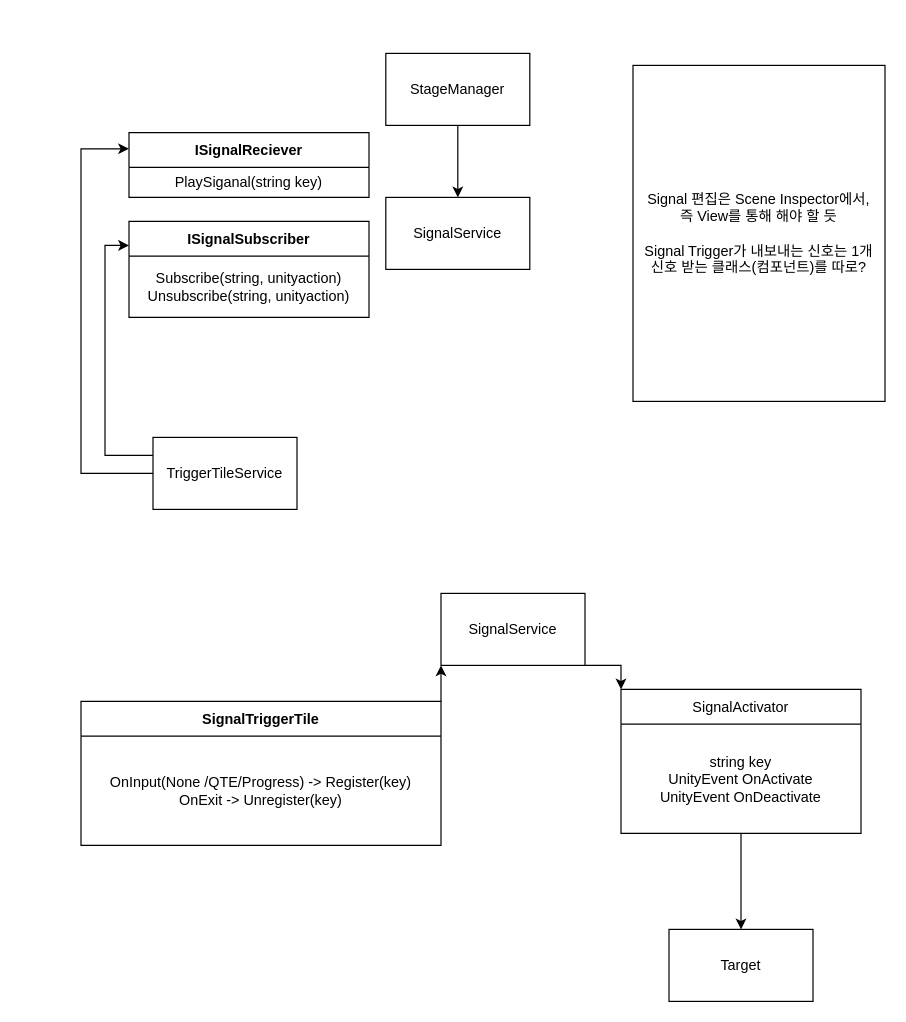
The draw.io diagram page "SignalTrigger" (17 of 19) of Diagram.drawio in ClapJeong/LRGame, before the edit. Source tidied: cells renumbered, new cells numbered last; positions are measured from the earlier drawing's top-left corner, leaving out a move shared by most shapes. Both pictures are drawn from the tidied source at 120%, with x=0, y=0 at pixel (80, 53).
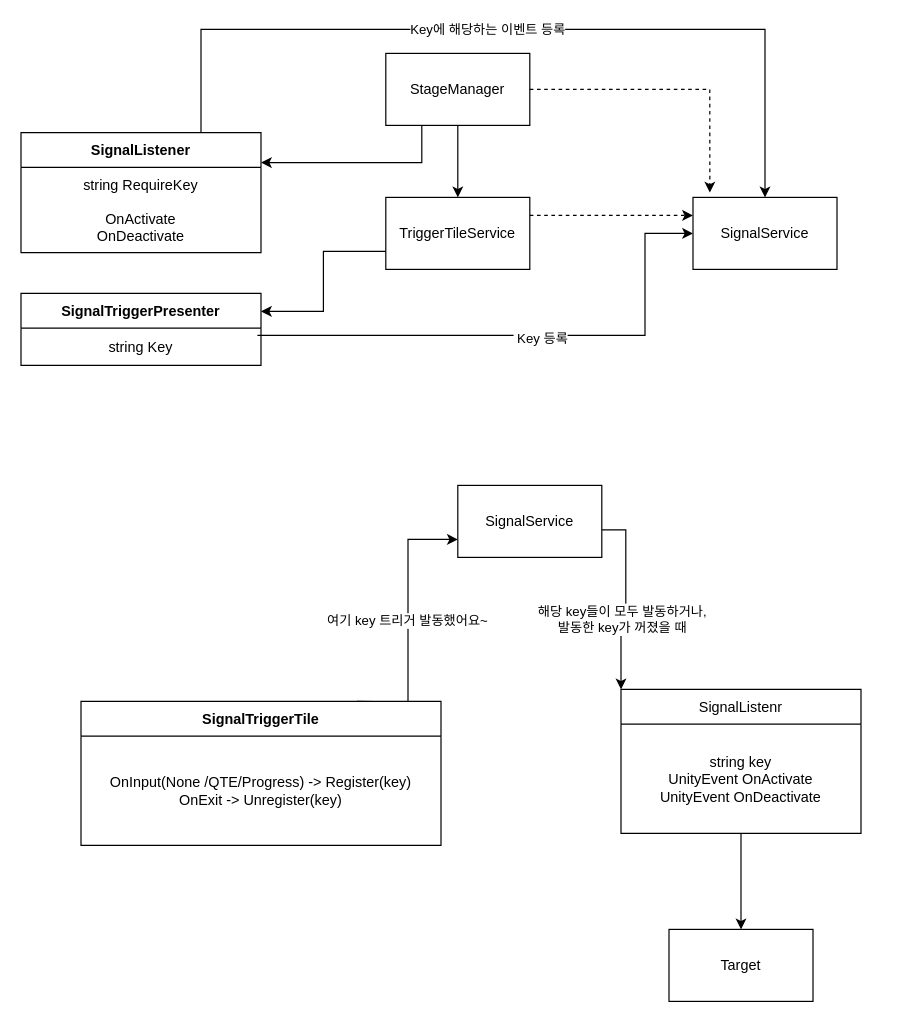
After the change.

Commit message (it also covers changes not shown here):
SignalTrigger 다이어그램 수정, Signal Gizmo 수정

The change refers to these unchanged cells:
```xml
<mxCell id="3" value="StageManager" style="rounded=0;whiteSpace=wrap;html=1;" parent="1" vertex="1">
  <mxGeometry x="254" width="120" height="60" as="geometry" />
</mxCell>
<mxCell id="16" value="SignalTriggerTile" style="swimlane;fontStyle=1;align=center;verticalAlign=middle;horizontal=1;startSize=29;html=1;whiteSpace=wrap;" parent="1" vertex="1">
  <mxGeometry y="540" width="300" height="120" as="geometry" />
</mxCell>
```

What changed in the source:
```diff
@@
+    <mxCell id="22" style="edgeStyle=orthogonalEdgeStyle;rounded=0;jettySize=auto;html=1;exitX=0.25;exitY=1;exitDx=0;exitDy=0;entryX=1;entryY=0.25;entryDx=0;entryDy=0;" parent="1" edge="1" source="3" target="4">
+      <mxGeometry relative="1" as="geometry" />
+    </mxCell>
@@
+    <mxCell id="23" style="edgeStyle=orthogonalEdgeStyle;rounded=0;jettySize=auto;html=1;exitX=0.75;exitY=0;exitDx=0;exitDy=0;entryX=0.5;entryY=0;entryDx=0;entryDy=0;" parent="1" edge="1" source="4" target="31">
+      <mxGeometry relative="1" as="geometry">
+        <Array as="points">
+          <mxPoint x="100" y="-20" />
+          <mxPoint x="570" y="-20" />
+        </Array>
+      </mxGeometry>
+    </mxCell>
+    <mxCell id="24" value="Key에 해당하는 이벤트 등록" style="edgeLabel;html=1;align=center;verticalAlign=middle;" parent="23" vertex="1">
+      <mxGeometry x="-0.07" y="1" relative="1" as="geometry" />
+    </mxCell>
-    <mxCell id="4" value="ISignalReciever" style="swimlane;fontStyle=1;align=center;verticalAlign=middle;horizontal=1;startSize=29;html=1;whiteSpace=wrap;" parent="1" vertex="1">
-      <mxGeometry x="40" y="66" width="200" height="54" as="geometry" />
+    <mxCell id="4" value="SignalListener" style="swimlane;fontStyle=1;align=center;verticalAlign=middle;horizontal=1;startSize=29;html=1;whiteSpace=wrap;" parent="1" vertex="1">
+      <mxGeometry x="-50" y="66" width="200" height="100" as="geometry" />
     </mxCell>
-    <mxCell id="5" value="PlaySiganal(string key)" style="text;html=1;strokeColor=none;fillColor=none;align=center;verticalAlign=middle;spacingLeft=4;spacingRight=4;overflow=hidden;whiteSpace=wrap;" parent="4" vertex="1">
-      <mxGeometry y="29" width="200" height="25" as="geometry" />
+    <mxCell id="5" value="&lt;div&gt;string RequireKey&lt;/div&gt;&lt;div&gt;&lt;br&gt;&lt;/div&gt;OnActivate&lt;div&gt;OnDeactivate&lt;/div&gt;" style="text;html=1;strokeColor=none;fillColor=none;align=center;verticalAlign=middle;spacingLeft=4;spacingRight=4;overflow=hidden;whiteSpace=wrap;" parent="4" vertex="1">
+      <mxGeometry y="29" width="200" height="71" as="geometry" />
     </mxCell>
-    <mxCell id="6" value="ISignalSubscriber" style="swimlane;fontStyle=1;align=center;verticalAlign=middle;horizontal=1;startSize=29;html=1;whiteSpace=wrap;" parent="1" vertex="1">
-      <mxGeometry x="40" y="140" width="200" height="80" as="geometry" />
+    <mxCell id="6" value="SignalTriggerPresenter" style="swimlane;fontStyle=1;align=center;verticalAlign=middle;horizontal=1;startSize=29;html=1;whiteSpace=wrap;" parent="1" vertex="1">
+      <mxGeometry x="-50" y="200" width="200" height="60" as="geometry" />
     </mxCell>
-    <mxCell id="7" value="Subscribe(string, unityaction)&lt;div&gt;Unsubscribe(string, unityaction)&lt;/div&gt;" style="text;html=1;strokeColor=none;fillColor=none;align=center;verticalAlign=middle;spacingLeft=4;spacingRight=4;overflow=hidden;points=[[0,0.5],[1,0.5]];portConstraint=eastwest;whiteSpace=wrap;" parent="6" vertex="1">
-      <mxGeometry y="29" width="200" height="51" as="geometry" />
+    <mxCell id="7" value="string Key" style="text;html=1;strokeColor=none;fillColor=none;align=center;verticalAlign=middle;spacingLeft=4;spacingRight=4;overflow=hidden;points=[[0,0.5],[1,0.5]];portConstraint=eastwest;whiteSpace=wrap;" parent="6" vertex="1">
+      <mxGeometry y="29" width="200" height="31" as="geometry" />
     </mxCell>
+    <mxCell id="25" style="edgeStyle=orthogonalEdgeStyle;rounded=0;jettySize=auto;html=1;exitX=0;exitY=0.75;exitDx=0;exitDy=0;entryX=1;entryY=0.25;entryDx=0;entryDy=0;" parent="1" edge="1" source="8" target="6">
+      <mxGeometry relative="1" as="geometry" />
+    </mxCell>
+    <mxCell id="26" style="edgeStyle=orthogonalEdgeStyle;rounded=0;jettySize=auto;html=1;exitX=0.985;exitY=0.194;exitDx=0;exitDy=0;entryX=0;entryY=0.5;entryDx=0;entryDy=0;exitPerimeter=0;" parent="1" edge="1" source="7" target="31">
+      <mxGeometry relative="1" as="geometry">
+        <Array as="points">
+          <mxPoint x="470" y="235" />
+          <mxPoint x="470" y="150" />
+        </Array>
+      </mxGeometry>
+    </mxCell>
+    <mxCell id="27" value="&amp;nbsp;Key 등록" style="edgeLabel;html=1;align=center;verticalAlign=middle;" parent="26" vertex="1">
+      <mxGeometry x="0.05" y="-2" relative="1" as="geometry" />
+    </mxCell>
+    <mxCell id="28" style="edgeStyle=orthogonalEdgeStyle;rounded=0;jettySize=auto;html=1;exitX=1;exitY=0.25;exitDx=0;exitDy=0;entryX=0;entryY=0.25;entryDx=0;entryDy=0;dashed=1;" parent="1" edge="1" source="8" target="31">
+      <mxGeometry relative="1" as="geometry" />
+    </mxCell>
-    <mxCell id="8" value="SignalService" style="rounded=0;whiteSpace=wrap;html=1;" parent="1" vertex="1">
+    <mxCell id="8" value="TriggerTileService" style="rounded=0;whiteSpace=wrap;html=1;" parent="1" vertex="1">
       <mxGeometry x="254" y="120" width="120" height="60" as="geometry" />
     </mxCell>
-    <mxCell id="9" style="edgeStyle=orthogonalEdgeStyle;rounded=0;jettySize=auto;html=1;exitX=0;exitY=0.5;exitDx=0;exitDy=0;entryX=0;entryY=0.25;entryDx=0;entryDy=0;" parent="1" edge="1" source="11" target="4">
-      <mxGeometry relative="1" as="geometry">
-        <Array as="points">
-          <mxPoint y="350" />
-          <mxPoint y="80" />
-        </Array>
-      </mxGeometry>
-    </mxCell>
-    <mxCell id="10" style="edgeStyle=orthogonalEdgeStyle;rounded=0;jettySize=auto;html=1;exitX=0;exitY=0.25;exitDx=0;exitDy=0;entryX=0;entryY=0.25;entryDx=0;entryDy=0;" parent="1" edge="1" source="11" target="6">
-      <mxGeometry relative="1" as="geometry">
-        <Array as="points">
-          <mxPoint x="20" y="335" />
-          <mxPoint x="20" y="160" />
-        </Array>
-      </mxGeometry>
-    </mxCell>
-    <mxCell id="11" value="TriggerTileService" style="rounded=0;whiteSpace=wrap;html=1;" parent="1" vertex="1">
-      <mxGeometry x="60" y="320" width="120" height="60" as="geometry" />
-    </mxCell>
-    <mxCell id="12" value="Signal 편집은 Scene Inspector에서,&lt;div&gt;즉 View를 통해 해야 할 듯&lt;/div&gt;&lt;div&gt;&lt;br&gt;&lt;/div&gt;&lt;div&gt;Signal Trigger가 내보내는 신호는 1개&lt;/div&gt;&lt;div&gt;신호 받는 클래스(컴포넌트)를 따로?&lt;/div&gt;" style="rounded=0;whiteSpace=wrap;html=1;" parent="1" vertex="1">
-      <mxGeometry x="460" y="10" width="210" height="280" as="geometry" />
-    </mxCell>
-    <mxCell id="13" style="edgeStyle=orthogonalEdgeStyle;rounded=0;jettySize=auto;html=1;exitX=1;exitY=1;exitDx=0;exitDy=0;entryX=0;entryY=0;entryDx=0;entryDy=0;" parent="1" edge="1" source="14" target="20">
+    <mxCell id="13" style="edgeStyle=orthogonalEdgeStyle;rounded=0;jettySize=auto;html=1;exitX=1;exitY=0.617;exitDx=0;exitDy=0;entryX=0;entryY=0;entryDx=0;entryDy=0;exitPerimeter=0;" parent="1" edge="1" source="14" target="20">
       <mxGeometry relative="1" as="geometry" />
     </mxCell>
+    <mxCell id="29" value="해당 key들이 모두 발동하거나,&lt;div&gt;발동한 key가 꺼졌을 때&lt;/div&gt;" style="edgeLabel;html=1;align=center;verticalAlign=middle;" parent="13" vertex="1">
+      <mxGeometry x="0.21" y="-4" relative="1" as="geometry" />
+    </mxCell>
     <mxCell id="14" value="SignalService" style="rounded=0;whiteSpace=wrap;html=1;" parent="1" vertex="1">
-      <mxGeometry x="300" y="450" width="120" height="60" as="geometry" />
+      <mxGeometry x="314" y="360" width="120" height="60" as="geometry" />
     </mxCell>
-    <mxCell id="15" style="edgeStyle=orthogonalEdgeStyle;rounded=0;jettySize=auto;html=1;exitX=1;exitY=0;exitDx=0;exitDy=0;entryX=0;entryY=1;entryDx=0;entryDy=0;" parent="1" edge="1" source="16" target="14">
-      <mxGeometry relative="1" as="geometry" />
+    <mxCell id="15" style="edgeStyle=orthogonalEdgeStyle;rounded=0;jettySize=auto;html=1;exitX=1;exitY=0;exitDx=0;exitDy=0;entryX=0;entryY=0.75;entryDx=0;entryDy=0;" parent="1" edge="1" target="14">
+      <mxGeometry relative="1" as="geometry">
+        <mxPoint x="230" y="540" as="sourcePoint" />
+      </mxGeometry>
     </mxCell>
+    <mxCell id="30" value="여기 key 트리거 발동했어요~" style="edgeLabel;html=1;align=center;verticalAlign=middle;" parent="15" vertex="1">
+      <mxGeometry x="0.01" y="1" relative="1" as="geometry" />
+    </mxCell>
@@
-    <mxCell id="20" value="&lt;span style=&quot;font-weight: 400;&quot;&gt;SignalActivator&lt;/span&gt;" style="swimlane;fontStyle=1;align=center;verticalAlign=middle;horizontal=1;startSize=29;html=1;whiteSpace=wrap;" parent="1" vertex="1">
+    <mxCell id="20" value="&lt;span style=&quot;font-weight: 400;&quot;&gt;SignalListenr&lt;/span&gt;" style="swimlane;fontStyle=1;align=center;verticalAlign=middle;horizontal=1;startSize=29;html=1;whiteSpace=wrap;" parent="1" vertex="1">
       <mxGeometry x="450" y="530" width="200" height="120" as="geometry" />
     </mxCell>
@@
+    <mxCell id="31" value="SignalService" style="rounded=0;whiteSpace=wrap;html=1;" parent="1" vertex="1">
+      <mxGeometry x="510" y="120" width="120" height="60" as="geometry" />
+    </mxCell>
+    <mxCell id="32" style="edgeStyle=orthogonalEdgeStyle;rounded=0;jettySize=auto;html=1;exitX=1;exitY=0.5;exitDx=0;exitDy=0;entryX=0.117;entryY=-0.067;entryDx=0;entryDy=0;entryPerimeter=0;dashed=1;" parent="1" edge="1" source="3" target="31">
+      <mxGeometry relative="1" as="geometry" />
+    </mxCell>
```
